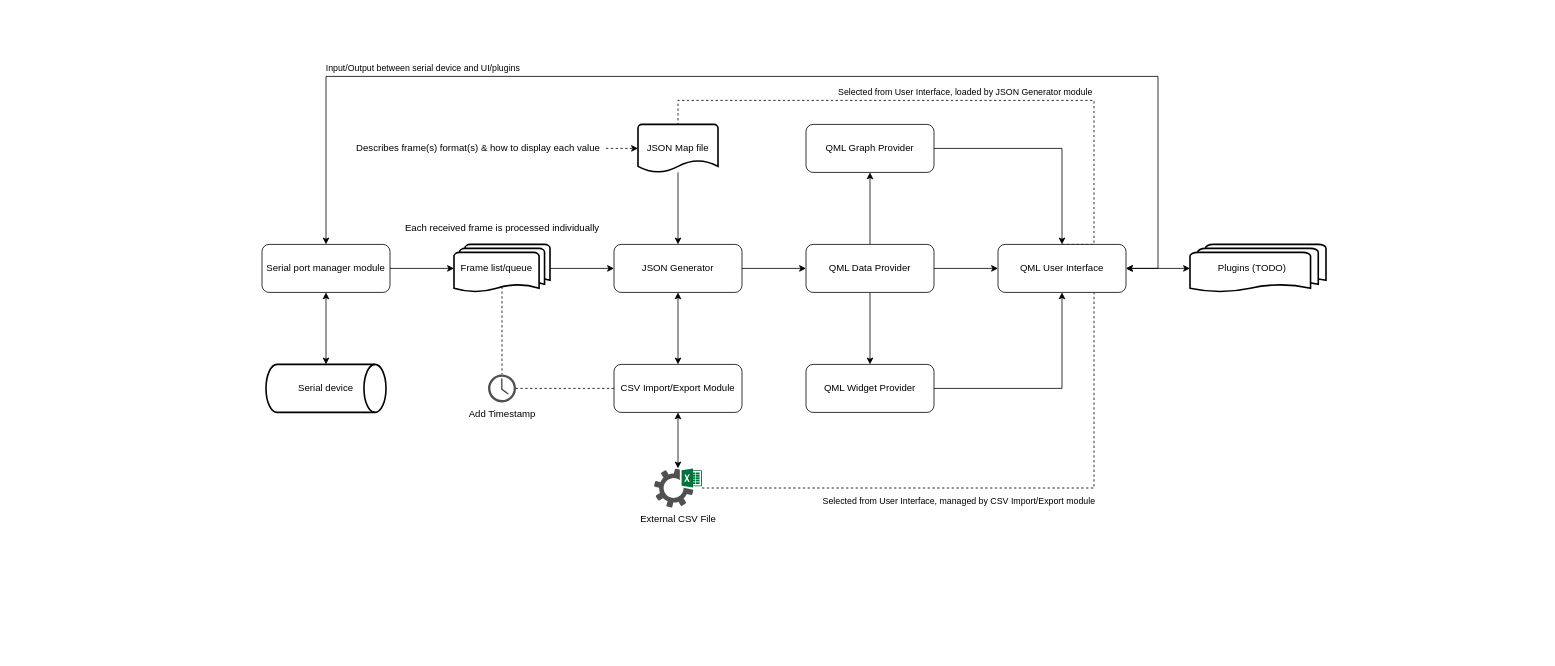
Before: doc/architecture/architecture.drawio in Serial-Studio/Serial-Studio, a draw.io diagram. Source tidied: cells renumbered, new cells numbered last; positions are measured from the earlier drawing's top-left corner, leaving out a move shared by most shapes. Both pictures are drawn from the tidied source at 80%, with x=0, y=0 at pixel (262, 76).
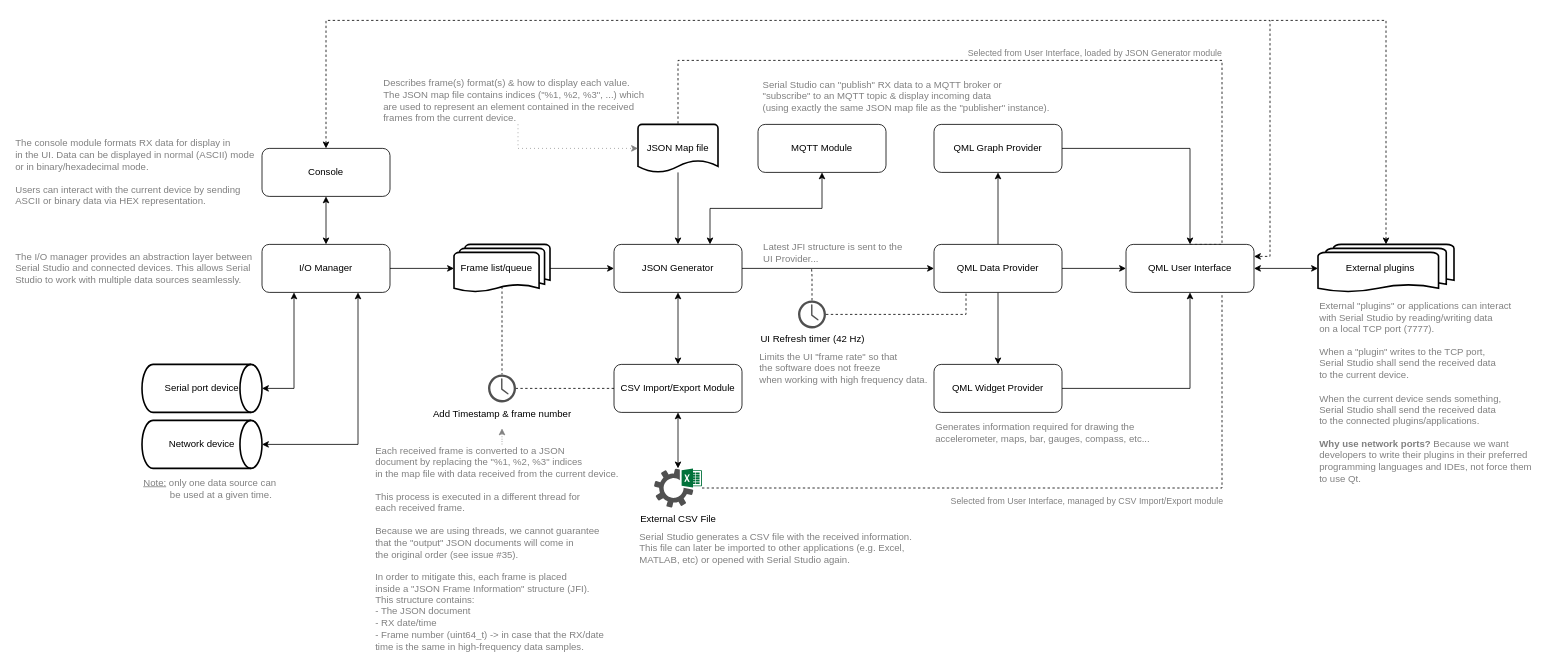
After the change.

Commit message (it also covers changes not shown here):
Begin adding high-level documentation for collaborators

The change refers to these unchanged cells:
```xml
<mxCell id="11" value="JSON Generator" style="rounded=1;whiteSpace=wrap;html=1;" parent="1" vertex="1">
  <mxGeometry x="440" y="210" width="160" height="60" as="geometry" />
</mxCell>
<mxCell id="19" value="JSON Map file" style="strokeWidth=2;html=1;shape=mxgraph.flowchart.document2;whiteSpace=wrap;size=0.25;" parent="1" vertex="1">
  <mxGeometry x="470" y="60" width="100" height="60" as="geometry" />
</mxCell>
```

Diff of the diagram source:
```diff
@@
-    <mxCell id="3" value="Serial port manager module" style="rounded=1;whiteSpace=wrap;html=1;" parent="1" vertex="1">
+    <mxCell id="3" value="I/O Manager" style="rounded=1;whiteSpace=wrap;html=1;" parent="1" vertex="1">
       <mxGeometry y="210" width="160" height="60" as="geometry" />
     </mxCell>
-    <mxCell id="4" style="edgeStyle=orthogonalEdgeStyle;rounded=0;jettySize=auto;html=1;exitX=0.5;exitY=0;exitDx=0;exitDy=0;exitPerimeter=0;entryX=0.5;entryY=1;entryDx=0;entryDy=0;startArrow=classic;startFill=1;" parent="1" edge="1" source="5" target="3">
+    <mxCell id="4" style="edgeStyle=orthogonalEdgeStyle;rounded=0;jettySize=auto;html=1;exitX=1;exitY=0.5;exitDx=0;exitDy=0;exitPerimeter=0;entryX=0.25;entryY=1;entryDx=0;entryDy=0;startArrow=classic;startFill=1;" parent="1" edge="1" source="5" target="3">
       <mxGeometry relative="1" as="geometry" />
     </mxCell>
-    <mxCell id="5" value="Serial device" style="strokeWidth=2;html=1;shape=mxgraph.flowchart.direct_data;whiteSpace=wrap;" parent="1" vertex="1">
-      <mxGeometry x="5" y="360" width="150" height="60" as="geometry" />
+    <mxCell id="5" value="Serial port device" style="strokeWidth=2;html=1;shape=mxgraph.flowchart.direct_data;whiteSpace=wrap;" parent="1" vertex="1">
+      <mxGeometry x="-150" y="360" width="150" height="60" as="geometry" />
     </mxCell>
@@
-    <mxCell id="12" value="Add Timestamp" style="shadow=0;dashed=0;html=1;strokeColor=none;fillColor=#505050;labelPosition=center;verticalLabelPosition=bottom;verticalAlign=top;outlineConnect=0;align=center;shape=mxgraph.office.concepts.clock;" parent="1" vertex="1">
+    <mxCell id="12" value="Add Timestamp &amp;amp; frame number" style="shadow=0;dashed=0;html=1;strokeColor=none;fillColor=#505050;labelPosition=center;verticalLabelPosition=bottom;verticalAlign=top;outlineConnect=0;align=center;shape=mxgraph.office.concepts.clock;" parent="1" vertex="1">
       <mxGeometry x="282.5" y="372.5" width="35" height="35" as="geometry" />
     </mxCell>
@@
     <mxCell id="23" value="QML Data Provider" style="rounded=1;whiteSpace=wrap;html=1;" parent="1" vertex="1">
-      <mxGeometry x="680" y="210" width="160" height="60" as="geometry" />
+      <mxGeometry x="840" y="210" width="160" height="60" as="geometry" />
     </mxCell>
@@
     <mxCell id="25" value="QML Graph Provider" style="rounded=1;whiteSpace=wrap;html=1;" parent="1" vertex="1">
-      <mxGeometry x="680" y="60" width="160" height="60" as="geometry" />
+      <mxGeometry x="840" y="60" width="160" height="60" as="geometry" />
     </mxCell>
@@
     <mxCell id="27" value="QML Widget Provider" style="rounded=1;whiteSpace=wrap;html=1;" parent="1" vertex="1">
-      <mxGeometry x="680" y="360" width="160" height="60" as="geometry" />
+      <mxGeometry x="840" y="360" width="160" height="60" as="geometry" />
     </mxCell>
@@
-    <mxCell id="29" style="edgeStyle=orthogonalEdgeStyle;rounded=0;jettySize=auto;html=1;exitX=1;exitY=0.5;exitDx=0;exitDy=0;entryX=0.5;entryY=0;entryDx=0;entryDy=0;startArrow=classic;startFill=1;endArrow=classic;endFill=1;" parent="1" edge="1" source="33" target="3">
-      <mxGeometry relative="1" as="geometry">
-        <Array as="points">
-          <mxPoint x="1120" y="240" />
-          <mxPoint x="1120" />
-          <mxPoint x="80" />
-        </Array>
-      </mxGeometry>
-    </mxCell>
-    <mxCell id="30" value="Input/Output between serial device and UI/plugins" style="edgeLabel;html=1;align=center;verticalAlign=middle;" parent="29" vertex="1">
-      <mxGeometry x="0.61" y="-2" relative="1" as="geometry">
-        <mxPoint x="32.8" y="-8.1" as="offset" />
-      </mxGeometry>
-    </mxCell>
     <mxCell id="31" style="edgeStyle=orthogonalEdgeStyle;rounded=0;jettySize=auto;html=1;exitX=0.5;exitY=0;exitDx=0;exitDy=0;entryX=0.5;entryY=0;entryDx=0;entryDy=0;entryPerimeter=0;startArrow=none;startFill=0;endArrow=none;endFill=0;dashed=1;" parent="1" edge="1" source="33" target="19">
       <mxGeometry relative="1" as="geometry">
         <Array as="points">
-          <mxPoint x="1040" y="210" />
-          <mxPoint x="1040" y="30" />
-          <mxPoint x="520" y="30" />
+          <mxPoint x="1200" y="210" />
+          <mxPoint x="1200" y="-20" />
+          <mxPoint x="520" y="-20" />
         </Array>
       </mxGeometry>
     </mxCell>
-    <mxCell id="32" value="Selected from User Interface, loaded by JSON Generator module" style="edgeLabel;html=1;align=center;verticalAlign=middle;" parent="31" vertex="1">
+    <mxCell id="32" value="Selected from User Interface, loaded by JSON Generator module" style="edgeLabel;html=1;align=center;verticalAlign=middle;fontColor=#808080;" parent="31" vertex="1">
       <mxGeometry x="-0.17" y="1" relative="1" as="geometry">
-        <mxPoint x="-61.3" y="-11.1" as="offset" />
+        <mxPoint x="-3" y="-11" as="offset" />
       </mxGeometry>
     </mxCell>
     <mxCell id="33" value="QML User Interface" style="rounded=1;whiteSpace=wrap;html=1;" parent="1" vertex="1">
-      <mxGeometry x="920" y="210" width="160" height="60" as="geometry" />
+      <mxGeometry x="1080" y="210" width="160" height="60" as="geometry" />
     </mxCell>
+    <mxCell id="39" style="edgeStyle=orthogonalEdgeStyle;rounded=0;jettySize=auto;html=1;exitX=0.5;exitY=0;exitDx=0;exitDy=0;exitPerimeter=0;dashed=1;fontColor=#808080;startArrow=classic;startFill=1;endArrow=none;endFill=0;" parent="1" edge="1" source="34">
+      <mxGeometry relative="1" as="geometry">
+        <mxPoint x="1260" y="-70" as="targetPoint" />
+        <Array as="points">
+          <mxPoint x="1405" y="-70" />
+        </Array>
+      </mxGeometry>
+    </mxCell>
-    <mxCell id="34" value="&amp;nbsp; &amp;nbsp; &amp;nbsp; &amp;nbsp; &amp;nbsp; Plugins (TODO)" style="strokeWidth=2;html=1;shape=mxgraph.flowchart.multi-document;whiteSpace=wrap;align=left;" parent="1" vertex="1">
-      <mxGeometry x="1160" y="210" width="170" height="60" as="geometry" />
+    <mxCell id="34" value="&amp;nbsp; &amp;nbsp; &amp;nbsp; &amp;nbsp; &amp;nbsp; External plugins" style="strokeWidth=2;html=1;shape=mxgraph.flowchart.multi-document;whiteSpace=wrap;align=left;" parent="1" vertex="1">
+      <mxGeometry x="1320" y="210" width="170" height="60" as="geometry" />
     </mxCell>
-    <mxCell id="35" style="edgeStyle=orthogonalEdgeStyle;rounded=0;jettySize=auto;html=1;dashed=1;startArrow=none;startFill=0;endArrow=classic;endFill=1;" parent="1" edge="1" source="36" target="19">
+    <mxCell id="35" style="edgeStyle=orthogonalEdgeStyle;rounded=0;jettySize=auto;html=1;entryX=0;entryY=0.5;entryDx=0;entryDy=0;entryPerimeter=0;dashed=1;fontColor=#808080;startArrow=none;startFill=0;endArrow=classic;endFill=1;dashPattern=1 4;strokeColor=#808080;" parent="1" edge="1" source="36" target="19">
       <mxGeometry relative="1" as="geometry" />
     </mxCell>
-    <mxCell id="36" value="Describes frame(s) format(s) &amp;amp; how to display each value" style="text;html=1;align=center;verticalAlign=middle;points=[];" parent="1" vertex="1">
-      <mxGeometry x="110" y="80" width="320" height="20" as="geometry" />
+    <mxCell id="36" value="Describes frame(s) format(s) &amp;amp; how to display each value.&lt;br&gt;&lt;div&gt;The JSON map file contains indices (&quot;%1, %2, %3&quot;, ...) which&lt;/div&gt;&lt;div&gt;are used to represent an element contained in the received&lt;/div&gt;&lt;div&gt;frames from the current device.&lt;/div&gt;" style="text;html=1;align=left;verticalAlign=middle;points=[];fontColor=#808080;" parent="1" vertex="1">
+      <mxGeometry x="150" width="340" height="60" as="geometry" />
     </mxCell>
-    <mxCell id="37" value="Each received frame is processed individually" style="text;html=1;align=center;verticalAlign=middle;" parent="1" vertex="1">
-      <mxGeometry x="170" y="180" width="260" height="20" as="geometry" />
-    </mxCell>
-    <mxCell id="38" value="Selected from User Interface, managed by CSV Import/Export module" style="edgeLabel;html=1;align=center;verticalAlign=middle;" parent="1" vertex="1">
-      <mxGeometry x="870" y="530" as="geometry" />
+    <mxCell id="38" value="Selected from User Interface, managed by CSV Import/Export module" style="edgeLabel;html=1;align=center;verticalAlign=middle;fontColor=#808080;" parent="1" vertex="1">
+      <mxGeometry x="1030" y="530" as="geometry" />
     </mxCell>
+    <mxCell id="40" style="edgeStyle=orthogonalEdgeStyle;rounded=0;jettySize=auto;html=1;exitX=1;exitY=0.5;exitDx=0;exitDy=0;exitPerimeter=0;entryX=0.75;entryY=1;entryDx=0;entryDy=0;startArrow=classic;startFill=1;" parent="1" edge="1" source="41" target="3">
+      <mxGeometry relative="1" as="geometry" />
+    </mxCell>
+    <mxCell id="41" value="Network device" style="strokeWidth=2;html=1;shape=mxgraph.flowchart.direct_data;whiteSpace=wrap;" parent="1" vertex="1">
+      <mxGeometry x="-150" y="430" width="150" height="60" as="geometry" />
+    </mxCell>
+    <mxCell id="42" value="&lt;u&gt;Note:&lt;/u&gt; only one data source can &lt;br&gt;&amp;nbsp; &amp;nbsp; &amp;nbsp; &amp;nbsp; &amp;nbsp; be used at a given time." style="text;html=1;align=left;verticalAlign=middle;strokeColor=none;fillColor=none;fontColor=#808080;" parent="1" vertex="1">
+      <mxGeometry x="-150" y="500" width="180" height="30" as="geometry" />
+    </mxCell>
+    <mxCell id="43" value="&lt;div style=&quot;text-align: left&quot;&gt;Latest JFI structure is sent to the&amp;nbsp;&lt;/div&gt;&lt;div style=&quot;text-align: left&quot;&gt;UI Provider...&lt;/div&gt;" style="text;html=1;align=center;verticalAlign=middle;strokeColor=none;fillColor=none;fontColor=#808080;" parent="1" vertex="1">
+      <mxGeometry x="620" y="205" width="190" height="30" as="geometry" />
+    </mxCell>
+    <mxCell id="44" style="edgeStyle=orthogonalEdgeStyle;rounded=0;jettySize=auto;html=1;startArrow=none;startFill=0;dashed=1;endArrow=none;endFill=0;" parent="1" edge="1" source="46">
+      <mxGeometry relative="1" as="geometry">
+        <mxPoint x="687" y="240" as="targetPoint" />
+        <Array as="points">
+          <mxPoint x="687" y="250" />
+          <mxPoint x="687" y="250" />
+        </Array>
+      </mxGeometry>
+    </mxCell>
+    <mxCell id="45" style="edgeStyle=orthogonalEdgeStyle;rounded=0;jettySize=auto;html=1;entryX=0.25;entryY=1;entryDx=0;entryDy=0;dashed=1;startArrow=none;startFill=0;endArrow=none;endFill=0;" parent="1" edge="1" source="46" target="23">
+      <mxGeometry relative="1" as="geometry" />
+    </mxCell>
+    <mxCell id="46" value="UI Refresh timer (42 Hz)" style="shadow=0;dashed=0;html=1;strokeColor=none;fillColor=#505050;labelPosition=center;verticalLabelPosition=bottom;verticalAlign=top;outlineConnect=0;align=center;shape=mxgraph.office.concepts.clock;" parent="1" vertex="1">
+      <mxGeometry x="670" y="280" width="35" height="35" as="geometry" />
+    </mxCell>
+    <mxCell id="47" value="&lt;font color=&quot;#808080&quot;&gt;Limits the UI &quot;frame rate&quot; so that&lt;br&gt;the software does not freeze&lt;br&gt;&lt;/font&gt;&lt;div&gt;&lt;font color=&quot;#808080&quot;&gt;when working with high frequency data.&lt;/font&gt;&lt;/div&gt;" style="text;html=1;align=left;verticalAlign=middle;strokeColor=none;fillColor=none;" parent="1" vertex="1">
+      <mxGeometry x="620" y="340" width="230" height="50" as="geometry" />
+    </mxCell>
+    <mxCell id="48" value="&lt;font color=&quot;#808080&quot;&gt;&lt;span&gt;External &quot;plugins&quot; or applications can interact&lt;br&gt;&lt;/span&gt;with Serial Studio by reading/writing data&lt;br&gt;on a local TCP port (7777).&lt;br&gt;&lt;br&gt;When a &quot;plugin&quot; writes to the TCP port,&lt;br&gt;Serial Studio shall send the received data&lt;br&gt;to the current device.&lt;br&gt;&lt;br&gt;When the current device sends something,&lt;br&gt;Serial Studio shall send the received data&amp;nbsp;&lt;br&gt;to the connected plugins/applications.&lt;br&gt;&lt;b&gt;&lt;br&gt;Why use network ports? &lt;/b&gt;Because we want&amp;nbsp;&lt;br&gt;developers to write their plugins in their&amp;nbsp;preferred&lt;br&gt;programming languages and IDEs, not force them&lt;br&gt;to use Qt.&lt;br&gt;&lt;/font&gt;" style="text;html=1;align=left;verticalAlign=middle;strokeColor=none;fillColor=none;" parent="1" vertex="1">
+      <mxGeometry x="1320" y="280" width="280" height="230" as="geometry" />
+    </mxCell>
+    <mxCell id="49" style="edgeStyle=orthogonalEdgeStyle;rounded=0;jettySize=auto;html=1;dashed=1;fontColor=#808080;startArrow=none;startFill=0;endArrow=classic;endFill=1;strokeColor=#808080;dashPattern=1 2;" parent="1" edge="1" source="50">
+      <mxGeometry relative="1" as="geometry">
+        <mxPoint x="300" y="440" as="targetPoint" />
+      </mxGeometry>
+    </mxCell>
+    <mxCell id="50" value="&lt;font color=&quot;#808080&quot;&gt;&lt;span&gt;Each received frame is converted to a JSON&lt;br&gt;document by replacing the &quot;%1, %2, %3&quot; indices&lt;br&gt;in the map file with data received from the current device.&lt;br&gt;&lt;br&gt;This process is executed in a different thread for&lt;br&gt;each received frame.&lt;br&gt;&lt;br&gt;Because we are using threads, we cannot guarantee&lt;br&gt;that the &quot;output&quot; JSON documents will come in&amp;nbsp;&lt;br&gt;the original order (see issue #35).&lt;br&gt;&lt;br&gt;In order to mitigate this, each frame is placed&lt;br&gt;inside a &quot;JSON Frame Information&quot; structure (JFI).&lt;br&gt;This structure contains:&lt;br&gt;- The JSON document&lt;br&gt;- RX date/time&lt;br&gt;- Frame number (uint64_t) -&amp;gt; in case that the RX/date&lt;br&gt;time is the same in high-frequency data samples.&lt;br&gt;&lt;/span&gt;&lt;/font&gt;" style="text;html=1;align=left;verticalAlign=middle;points=[];strokeColor=none;fillColor=none;" parent="1" vertex="1">
+      <mxGeometry x="140" y="460" width="320" height="260" as="geometry" />
+    </mxCell>
+    <mxCell id="51" value="&lt;font color=&quot;#808080&quot;&gt;&lt;span&gt;Generates information required for drawing the&lt;br&gt;accelerometer, maps, bar, gauges, compass, etc...&lt;/span&gt;&lt;/font&gt;" style="text;html=1;align=left;verticalAlign=middle;strokeColor=none;fillColor=none;" parent="1" vertex="1">
+      <mxGeometry x="840" y="430" width="280" height="30" as="geometry" />
+    </mxCell>
+    <mxCell id="52" style="edgeStyle=orthogonalEdgeStyle;rounded=0;jettySize=auto;html=1;exitX=0.5;exitY=1;exitDx=0;exitDy=0;entryX=0.75;entryY=0;entryDx=0;entryDy=0;fontColor=#808080;startArrow=classic;startFill=1;endArrow=classic;endFill=1;" parent="1" edge="1" source="53" target="11">
+      <mxGeometry relative="1" as="geometry" />
+    </mxCell>
+    <mxCell id="53" value="MQTT Module" style="rounded=1;whiteSpace=wrap;html=1;" parent="1" vertex="1">
+      <mxGeometry x="620" y="60" width="160" height="60" as="geometry" />
+    </mxCell>
+    <mxCell id="54" value="&lt;div style=&quot;text-align: left&quot;&gt;Serial Studio can &quot;publish&quot; RX data to a MQTT broker or&lt;/div&gt;&lt;div style=&quot;text-align: left&quot;&gt;&quot;subscribe&quot; to an MQTT topic &amp;amp; display incoming data&amp;nbsp;&lt;/div&gt;&lt;div style=&quot;text-align: left&quot;&gt;(using exactly the same JSON map file as the &quot;publisher&quot; instance).&lt;/div&gt;" style="text;html=1;align=center;verticalAlign=middle;strokeColor=none;fillColor=none;fontColor=#808080;" parent="1" vertex="1">
+      <mxGeometry x="620" width="370" height="50" as="geometry" />
+    </mxCell>
+    <mxCell id="55" value="&lt;font color=&quot;#808080&quot;&gt;&lt;span&gt;Serial Studio generates a CSV file with the received information.&lt;br&gt;This file can later be imported to other applications (e.g. Excel,&lt;br&gt;MATLAB, etc) or opened with Serial Studio again.&lt;br&gt;&lt;/span&gt;&lt;/font&gt;" style="text;html=1;align=left;verticalAlign=middle;strokeColor=none;fillColor=none;" parent="1" vertex="1">
+      <mxGeometry x="470" y="565" width="360" height="50" as="geometry" />
+    </mxCell>
+    <mxCell id="56" value="&lt;font color=&quot;#808080&quot;&gt;&lt;span&gt;The I/O manager provides an abstraction layer between&lt;br&gt;Serial Studio and connected devices. This allows Serial&lt;br&gt;Studio to work with multiple data sources seamlessly.&lt;br&gt;&lt;/span&gt;&lt;/font&gt;" style="text;html=1;align=left;verticalAlign=middle;strokeColor=none;fillColor=none;" parent="1" vertex="1">
+      <mxGeometry x="-310" y="215" width="310" height="50" as="geometry" />
+    </mxCell>
+    <mxCell id="57" style="edgeStyle=orthogonalEdgeStyle;rounded=0;jettySize=auto;html=1;exitX=0.5;exitY=1;exitDx=0;exitDy=0;entryX=0.5;entryY=0;entryDx=0;entryDy=0;fontColor=#808080;startArrow=classic;startFill=1;endArrow=classic;endFill=1;" parent="1" edge="1" source="59" target="3">
+      <mxGeometry relative="1" as="geometry" />
+    </mxCell>
+    <mxCell id="58" style="edgeStyle=orthogonalEdgeStyle;rounded=0;jettySize=auto;html=1;exitX=0.5;exitY=0;exitDx=0;exitDy=0;entryX=1;entryY=0.25;entryDx=0;entryDy=0;fontColor=#808080;startArrow=classic;startFill=1;endArrow=classic;endFill=1;dashed=1;" parent="1" edge="1" source="59" target="33">
+      <mxGeometry relative="1" as="geometry">
+        <Array as="points">
+          <mxPoint x="80" y="-70" />
+          <mxPoint x="1260" y="-70" />
+          <mxPoint x="1260" y="225" />
+        </Array>
+      </mxGeometry>
+    </mxCell>
+    <mxCell id="59" value="Console" style="rounded=1;whiteSpace=wrap;html=1;" parent="1" vertex="1">
+      <mxGeometry y="90" width="160" height="60" as="geometry" />
+    </mxCell>
+    <mxCell id="60" value="&lt;font color=&quot;#808080&quot;&gt;&lt;span&gt;The console module formats RX data for display in&lt;br&gt;in the UI. Data can be displayed in normal (ASCII) mode&lt;br&gt;or in binary/hexadecimal mode.&lt;br&gt;&lt;br&gt;Users can interact with the current device by sending&lt;br&gt;ASCII or binary data via HEX representation.&lt;br&gt;&lt;/span&gt;&lt;/font&gt;" style="text;html=1;align=left;verticalAlign=middle;strokeColor=none;fillColor=none;" parent="1" vertex="1">
+      <mxGeometry x="-310" y="75" width="310" height="90" as="geometry" />
+    </mxCell>
```
